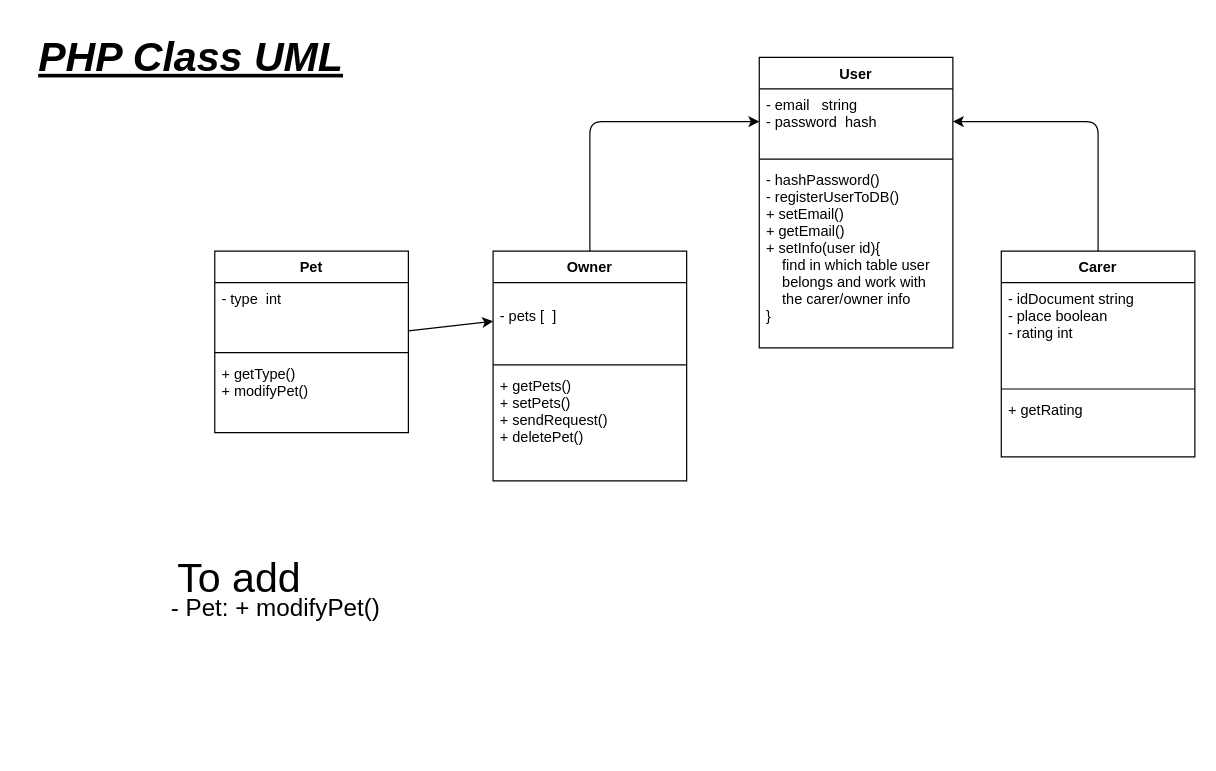
Above: Docs/Web/Backend/classPHP.drawio in iagogonzalezborines/MascoTier_Project (draw.io), before the change. Source tidied: cells renumbered, new cells numbered last; positions are measured from the earlier drawing's top-left corner, leaving out a move shared by most shapes. Both pictures are drawn from the tidied source at 121%, with x=0, y=0 at pixel (21, 21).
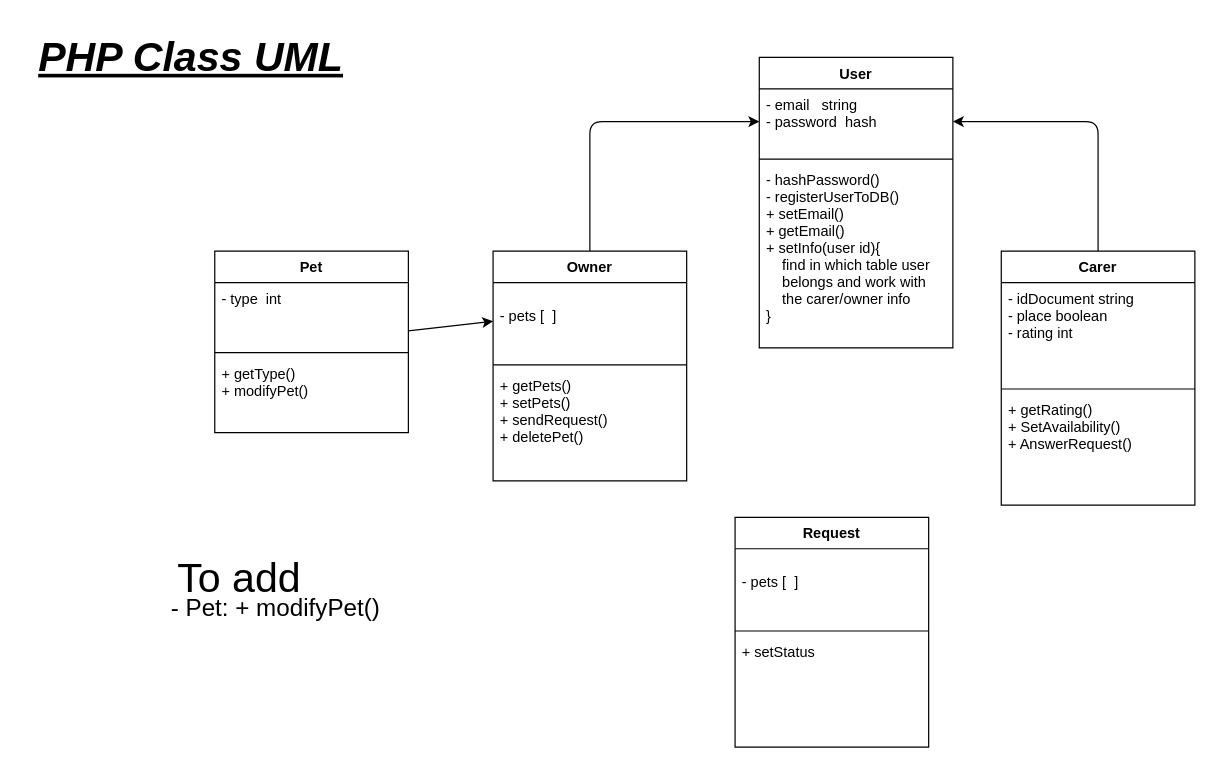
The same diagram, later.

Commit message:
Campelo MADE THIS

The edit, as a diff of the source:
```diff
@@
     <mxCell id="12" value="Carer" style="swimlane;fontStyle=1;align=center;verticalAlign=top;horizontal=1;startSize=26;" parent="1" vertex="1">
-      <mxGeometry x="810" y="190" width="160" height="170" as="geometry" />
+      <mxGeometry x="810" y="190" width="160" height="210" as="geometry" />
     </mxCell>
@@
-    <mxCell id="15" value="+ getRating" style="text;strokeColor=none;fillColor=none;align=left;verticalAlign=top;spacingLeft=4;spacingRight=4;overflow=hidden;" parent="12" vertex="1">
-      <mxGeometry y="118" width="160" height="52" as="geometry" />
+    <mxCell id="15" value="+ getRating()&#10;&#9;+ SetAvailability()&#10;&#9;+ AnswerRequest()" style="text;strokeColor=none;fillColor=none;align=left;verticalAlign=top;spacingLeft=4;spacingRight=4;overflow=hidden;" parent="12" vertex="1">
+      <mxGeometry y="118" width="160" height="92" as="geometry" />
     </mxCell>
@@
+    <mxCell id="24" value="Request" style="swimlane;fontStyle=1;align=center;verticalAlign=top;horizontal=1;startSize=26;" parent="1" vertex="1">
+      <mxGeometry x="590" y="410" width="160" height="190" as="geometry" />
+    </mxCell>
+    <mxCell id="25" value="&#10;- pets [  ]" style="text;strokeColor=none;fillColor=none;align=left;verticalAlign=top;spacingLeft=4;spacingRight=4;overflow=hidden;" parent="24" vertex="1">
+      <mxGeometry y="26" width="160" height="64" as="geometry" />
+    </mxCell>
+    <mxCell id="26" style="line;strokeWidth=1;fillColor=none;align=left;verticalAlign=middle;spacingTop=-1;spacingLeft=3;spacingRight=3;labelPosition=right;strokeColor=inherit;" parent="24" vertex="1">
+      <mxGeometry y="90" width="160" height="8" as="geometry" />
+    </mxCell>
+    <mxCell id="27" value="&#9;+ setStatus" style="text;strokeColor=none;fillColor=none;align=left;verticalAlign=top;spacingLeft=4;spacingRight=4;overflow=hidden;" parent="24" vertex="1">
+      <mxGeometry y="98" width="160" height="92" as="geometry" />
+    </mxCell>
```
